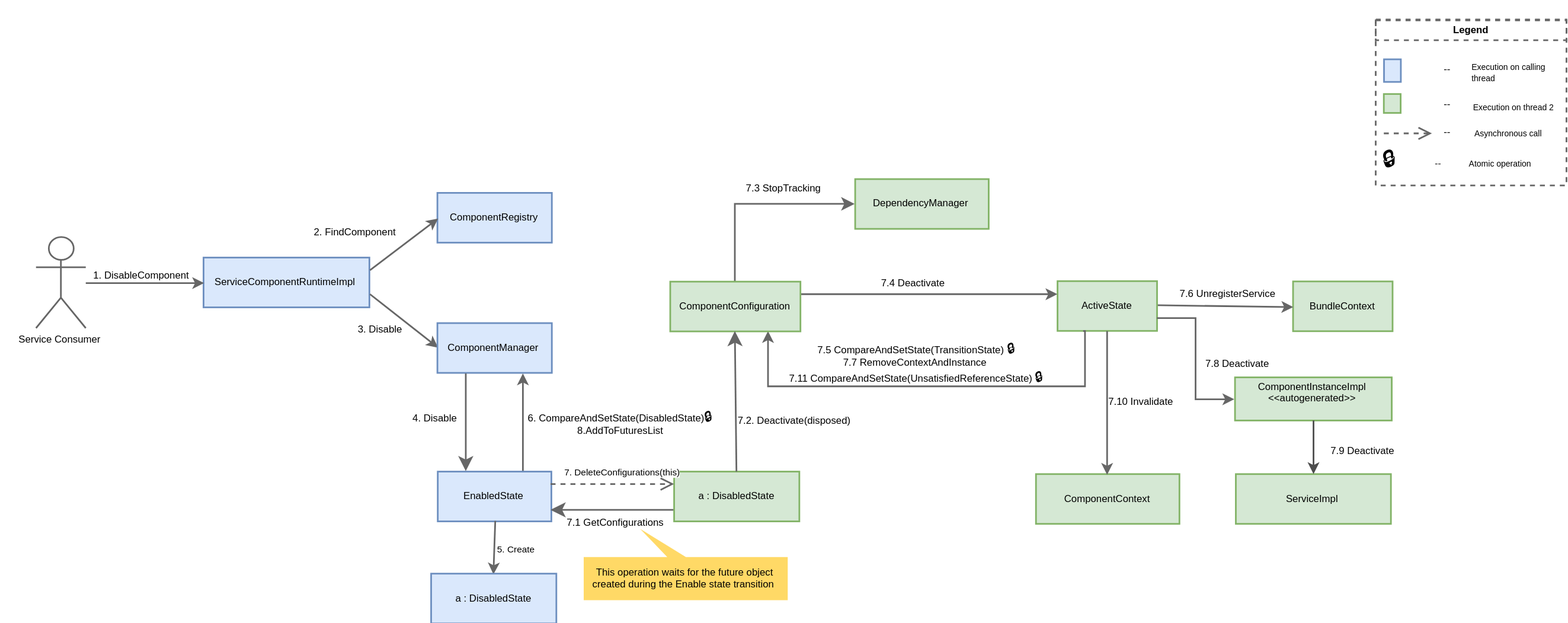
Before: text/0003-declarative-services/ServiceComponentRuntime_DisableComponent_v5.svg, a diagram exported from draw.io (CppMicroServices/rfcs). Source tidied: cells renumbered, new cells last; positions are measured from the earlier drawing's top-left corner, leaving out a move shared by most shapes.
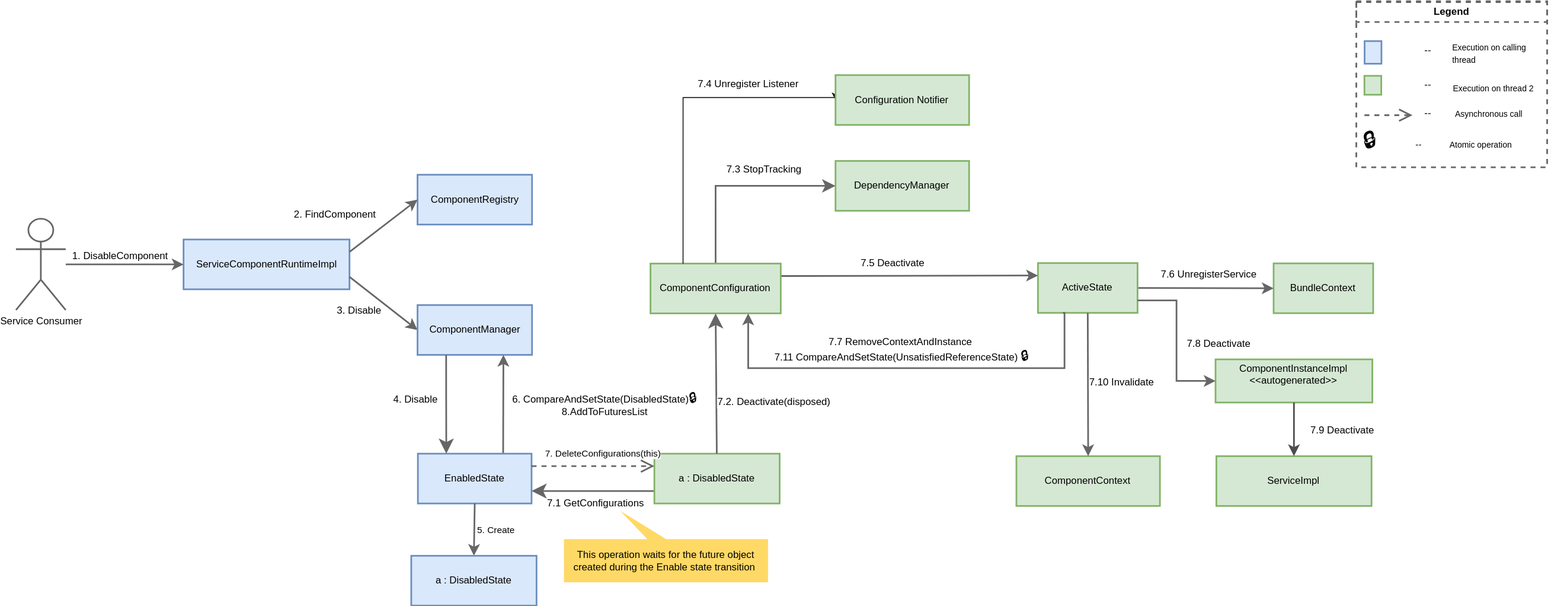
Above is the later version.

Diff of the diagram source:
```diff
@@ -107,7 +107,7 @@
     <mxCell id="30" style="edgeStyle=none;rounded=0;html=1;exitX=1;exitY=0.25;startSize=8;endArrow=classic;endFill=1;endSize=8;jettySize=auto;strokeColor=#666666;strokeWidth=2;entryX=0;entryY=0.25;" parent="1" edge="1" source="42" target="29">
       <mxGeometry relative="1" as="geometry" />
     </mxCell>
-    <mxCell id="31" value="&lt;font style=&quot;font-size: 12px&quot;&gt;7.4 Deactivate&lt;/font&gt;" style="text;html=1;align=center;verticalAlign=middle;labelBackgroundColor=#ffffff;" parent="30" vertex="1">
+    <mxCell id="31" value="&lt;font style=&quot;font-size: 12px&quot;&gt;7.5 Deactivate&lt;/font&gt;" style="text;html=1;align=center;verticalAlign=middle;labelBackgroundColor=#ffffff;" parent="30" vertex="1">
       <mxGeometry x="-0.21" y="-2" relative="1" as="geometry">
         <mxPoint x="12" y="-17" as="offset" />
       </mxGeometry>
@@ -129,7 +129,7 @@
         </Array>
       </mxGeometry>
     </mxCell>
-    <mxCell id="35" value="&lt;font style=&quot;font-size: 12px&quot;&gt;7.5 CompareAndSetState(TransitionState)&amp;nbsp;&lt;/font&gt;&lt;span&gt;&lt;font style=&quot;font-size: 16px&quot;&gt;🔒&lt;/font&gt;&lt;/span&gt;&lt;div&gt;&lt;font&gt;7.7 RemoveContextAndInstance&amp;nbsp;&lt;/font&gt;&lt;/div&gt;&lt;div&gt;&lt;font style=&quot;font-size: 12px&quot;&gt;7.11 CompareAndSetState(UnsatisfiedReferenceState)&amp;nbsp;&lt;/font&gt;&lt;span&gt;&lt;font style=&quot;font-size: 16px&quot;&gt;🔒&lt;/font&gt;&lt;/span&gt;&lt;/div&gt;" style="text;html=1;align=center;verticalAlign=middle;labelBackgroundColor=#ffffff;" parent="34" vertex="1">
+    <mxCell id="35" value="&lt;br&gt;&lt;div&gt;&lt;font&gt;7.7 RemoveContextAndInstance&amp;nbsp;&lt;/font&gt;&lt;/div&gt;&lt;div&gt;&lt;font style=&quot;font-size: 12px&quot;&gt;7.11 CompareAndSetState(UnsatisfiedReferenceState)&amp;nbsp;&lt;/font&gt;&lt;span&gt;&lt;font style=&quot;font-size: 16px&quot;&gt;🔒&lt;/font&gt;&lt;/span&gt;&lt;/div&gt;" style="text;html=1;align=center;verticalAlign=middle;labelBackgroundColor=#ffffff;" parent="34" vertex="1">
       <mxGeometry x="0.2" y="3" relative="1" as="geometry">
         <mxPoint x="44" y="-33" as="offset" />
       </mxGeometry>
@@ -233,5 +233,19 @@
     <mxCell id="65" style="rounded=0;whiteSpace=wrap;html=1;labelBackgroundColor=none;strokeColor=#6c8ebf;strokeWidth=2;fillColor=#dae8fc;" parent="64" vertex="1">
       <mxGeometry width="20.3" height="27.2" as="geometry" />
     </mxCell>
+    <mxCell id="66" style="endArrow=classic;html=1;rounded=0;edgeStyle=orthogonalEdgeStyle;exitX=0.25;exitY=0;exitDx=0;exitDy=0;entryX=0;entryY=0.5;entryDx=0;entryDy=0;" parent="1" edge="1" source="42" target="67">
+      <mxGeometry relative="1" as="geometry">
+        <Array as="points">
+          <mxPoint x="804" y="116" />
+          <mxPoint x="987" y="116" />
+        </Array>
+      </mxGeometry>
+    </mxCell>
+    <mxCell id="67" value="&lt;font style=&quot;font-size: 12px&quot;&gt;Configuration Notifier&lt;/font&gt;" style="rounded=0;whiteSpace=wrap;html=1;labelBackgroundColor=none;strokeColor=#82b366;strokeWidth=2;fillColor=#d5e8d4;" parent="1" vertex="1">
+      <mxGeometry x="987.3" y="89" width="161" height="60" as="geometry" />
+    </mxCell>
+    <mxCell id="68" value="&lt;font style=&quot;font-size: 12px&quot;&gt;7.4 Unregister Listener&lt;/font&gt;" style="text;html=1;align=center;verticalAlign=middle;labelBackgroundColor=#ffffff;" parent="1" vertex="1">
+      <mxGeometry x="882" y="100" as="geometry" />
+    </mxCell>
   </root>
 </mxGraphModel>
```
